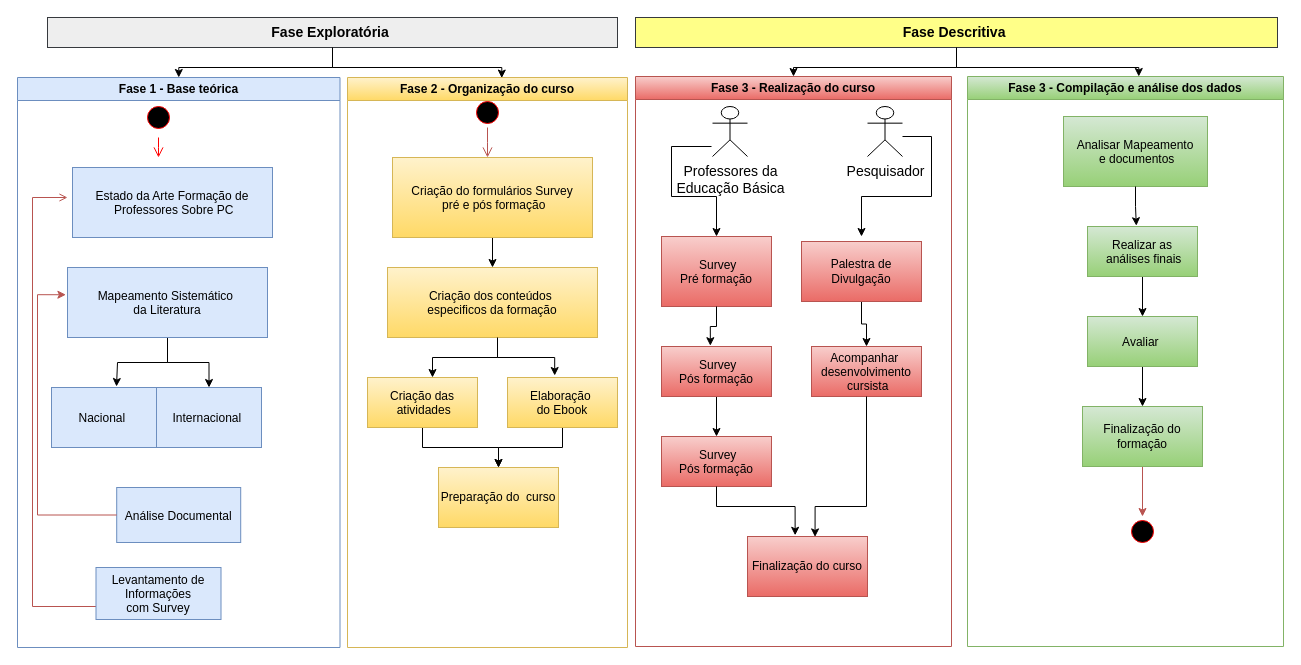
This is Diagrama formação continuada.drawio from RosianeSangali/RosianeSangali, a draw.io file, before an edit. Source tidied: cells renumbered, new cells numbered last; positions are measured from the earlier drawing's top-left corner, leaving out a move shared by most shapes. Both pictures are drawn from the tidied source at 100%, with x=0, y=0 at pixel (17, 17).
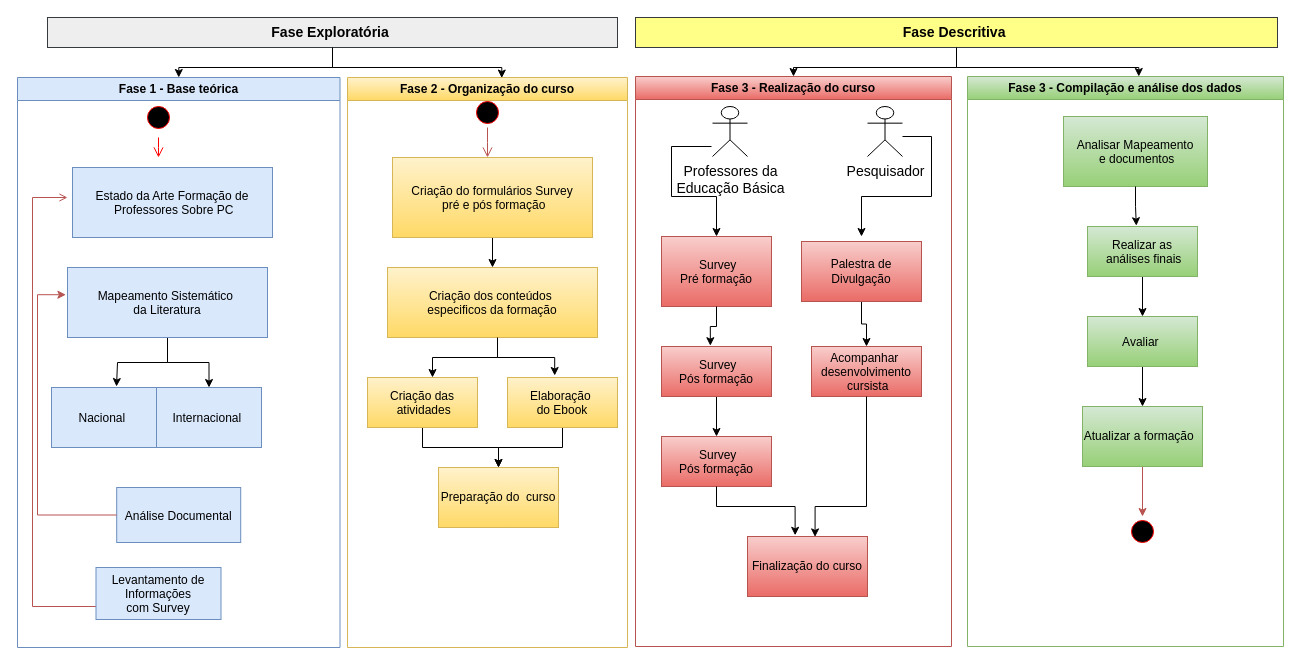
After the change.

The change refers to these unchanged cells:
```xml
<mxCell id="44" value="Fase 3 - Compilação e análise dos dados" style="swimlane;whiteSpace=wrap;fillColor=#d5e8d4;gradientColor=#97d077;strokeColor=#82b366;" parent="1" vertex="1">
  <mxGeometry x="950" y="59" width="316" height="570" as="geometry" />
</mxCell>
```

What changed in the source:
```diff
@@
-    <mxCell id="49" value="Finalização do formação" style="rounded=0;whiteSpace=wrap;html=1;fillColor=#d5e8d4;gradientColor=#97d077;strokeColor=#82b366;" parent="44" vertex="1">
+    <mxCell id="49" value="Atualizar a formação &amp;nbsp;" style="rounded=0;whiteSpace=wrap;html=1;fillColor=#d5e8d4;gradientColor=#97d077;strokeColor=#82b366;" parent="44" vertex="1">
       <mxGeometry x="115" y="330" width="120" height="60" as="geometry" />
     </mxCell>
```
